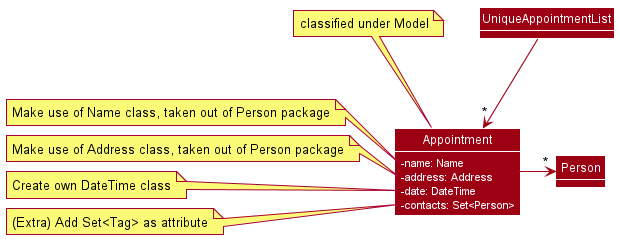
This is docs/images/AppointmentClassDiagram.png from nus-cs2103-AY2021S2/tp, a PlantUML export, as it was before one commit.
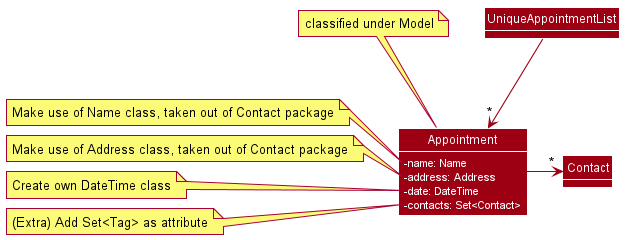
The same diagram one commit later.

What changed in the source:
```diff
@@ -11,15 +11,15 @@
     -name: Name
     -address: Address
     -date: DateTime
-    -contacts: Set<Person>
+    -contacts: Set<Contact>
 }
 
 note top of Appointment: classified under Model
 note left of Appointment::name
-    Make use of Name class, taken out of Person package
+    Make use of Name class, taken out of Contact package
 end note
 note left of Appointment::address
-    Make use of Address class, taken out of Person package
+    Make use of Address class, taken out of Contact package
 end note
 note left of Appointment::date
     Create own DateTime class
@@ -29,9 +29,9 @@
 end note
 
 Class UniqueAppointmentList
-Class Person
+Class Contact
 
-Appointment -> "*" Person
+Appointment -> "*" Contact
 UniqueAppointmentList --> "*" Appointment
 
 show attributes
```
